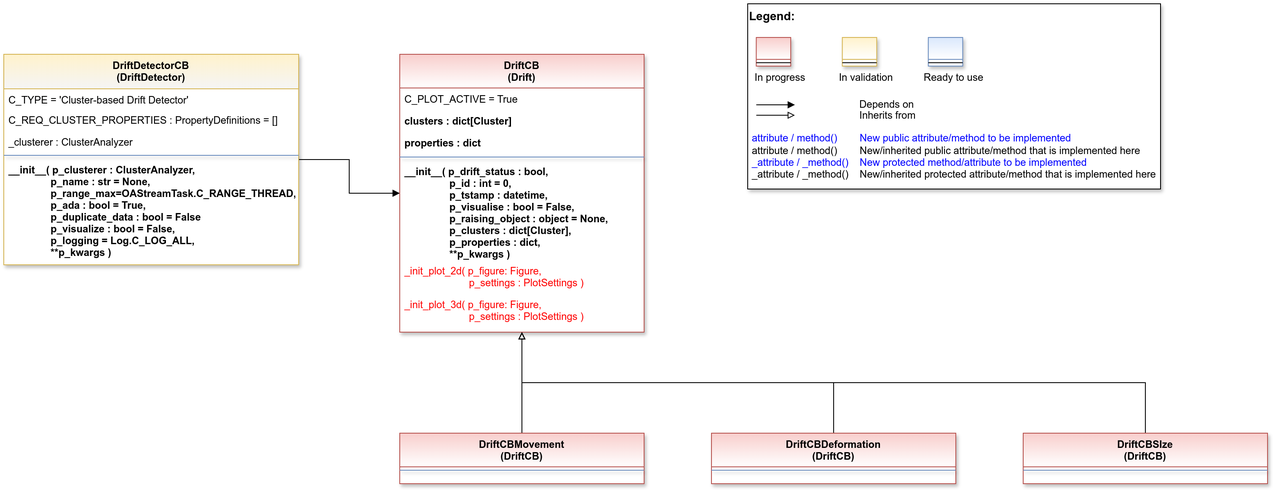
Before: doc/rtd/content/99_appendices/appendix2/sub/mlpro_oa/streams/30_change_detection/20_drift_detection/20_cluster_based/images/MLPro-OA-CB-Drift-Detectors_class_diagram.drawio.png, a diagram exported from draw.io (fhswf/MLPro). Source tidied: cells renumbered, new cells last; positions are measured from the earlier drawing's top-left corner, leaving out a move shared by most shapes.
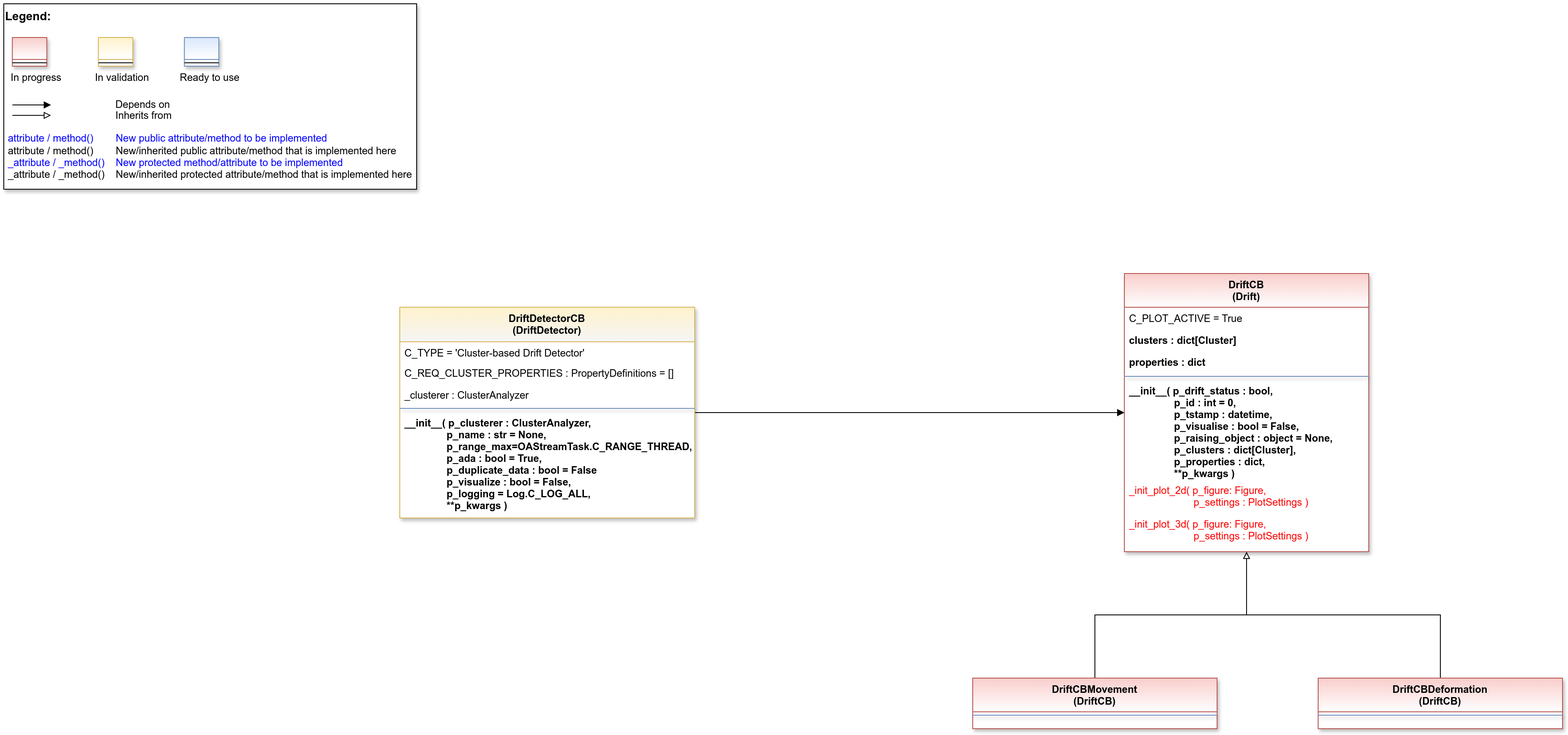
After the change.

The edit, as a diff of the source:
```diff
@@ -3,7 +3,7 @@
     <mxCell id="0" />
     <mxCell id="1" parent="0" />
     <mxCell id="2" style="group;" parent="1" vertex="1">
-      <mxGeometry x="883" width="490" height="220" as="geometry" />
+      <mxGeometry x="40" width="490" height="220" as="geometry" />
     </mxCell>
     <mxCell id="3" value="&lt;font color=&quot;#000000&quot; size=&quot;1&quot;&gt;&lt;b style=&quot;font-size: 14px&quot;&gt;Legend:&lt;br&gt;&lt;/b&gt;&lt;/font&gt;&lt;br&gt;&lt;br&gt;&lt;br&gt;&lt;font color=&quot;#0000ff&quot; style=&quot;font-size: 6px&quot;&gt;&lt;br&gt;&lt;/font&gt;&lt;span style=&quot;color: rgb(0 , 0 , 0)&quot;&gt;&lt;font style=&quot;font-size: 4px&quot;&gt;&amp;nbsp; &amp;nbsp;&lt;/font&gt;&amp;nbsp;In progress&amp;nbsp; &amp;nbsp; &amp;nbsp; &amp;nbsp; &amp;nbsp; &amp;nbsp; In validation&amp;nbsp; &amp;nbsp; &amp;nbsp; &amp;nbsp; &amp;nbsp; &amp;nbsp;Ready to use&lt;/span&gt;&lt;font color=&quot;#000000&quot;&gt;&amp;nbsp;&lt;br&gt;&lt;/font&gt;&lt;font color=&quot;#0000ff&quot;&gt;&lt;br&gt;&lt;br&gt;&lt;br&gt;&lt;br&gt;&amp;nbsp;attribute / method()&amp;nbsp; &amp;nbsp; &amp;nbsp; &amp;nbsp; New public attribute/method to be implemented&lt;/font&gt;&lt;br&gt;&lt;font color=&quot;#000000&quot;&gt;&amp;nbsp;&lt;/font&gt;&lt;font color=&quot;#000000&quot;&gt;attribute / method()&lt;span&gt; &lt;/span&gt;&amp;nbsp; &amp;nbsp; &amp;nbsp; &amp;nbsp;New/inherited public attribute/method that is implemented here&lt;br&gt;&lt;/font&gt;&lt;font color=&quot;#0000ff&quot;&gt;&amp;nbsp;_attribute /&amp;nbsp;&lt;/font&gt;&lt;font color=&quot;#0000ff&quot;&gt;_method()&amp;nbsp; &amp;nbsp; New protected method/attribute to be implemented&lt;/font&gt;&lt;br&gt;&lt;font color=&quot;#000000&quot;&gt;&amp;nbsp;_attribute / _method()&amp;nbsp; &amp;nbsp; New/inherited protected attribute/method that is implemented here&lt;br&gt;&lt;/font&gt;&lt;font color=&quot;#000000&quot;&gt;&lt;br&gt;&lt;br&gt;&lt;br&gt;&lt;br&gt;&lt;br&gt;&lt;/font&gt;" style="text;html=1;align=left;verticalAlign=top;whiteSpace=wrap;rounded=0;fontColor=#006600;strokeColor=#000000;shadow=1;fillColor=#ffffff;" parent="2" vertex="1">
       <mxGeometry width="490" height="220" as="geometry" />
@@ -43,11 +43,11 @@
     <mxCell id="11" style="line;html=1;strokeWidth=1;align=left;verticalAlign=middle;spacingTop=-1;spacingLeft=3;spacingRight=3;labelPosition=right;" parent="10" vertex="1">
       <mxGeometry y="26" width="40.8" height="8" as="geometry" />
     </mxCell>
-    <mxCell id="12" style="edgeStyle=orthogonalEdgeStyle;rounded=0;jettySize=auto;html=1;endArrow=block;endFill=1;" parent="1" edge="1" source="13" target="19">
+    <mxCell id="12" style="edgeStyle=orthogonalEdgeStyle;rounded=0;jettySize=auto;html=1;endArrow=block;endFill=1;" parent="1" edge="1" source="13" target="21">
       <mxGeometry relative="1" as="geometry" />
     </mxCell>
     <mxCell id="13" value="DriftDetectorCB&#10;(DriftDetector)" style="swimlane;align=center;verticalAlign=top;horizontal=1;startSize=41;rounded=0;shadow=1;strokeWidth=1;fillColor=#fff2cc;strokeColor=#d6b656;swimlaneFillColor=#ffffff;gradientColor=#F5F5F5;" parent="1" vertex="1">
-      <mxGeometry y="60" width="350" height="250" as="geometry" />
+      <mxGeometry x="510" y="360" width="350" height="250" as="geometry" />
     </mxCell>
     <mxCell id="14" value="C_TYPE = 'Cluster-based Drift Detector'" style="text;align=left;verticalAlign=top;spacingLeft=4;spacingRight=4;overflow=hidden;" parent="13" vertex="1">
       <mxGeometry y="41" width="350" height="24" as="geometry" />
@@ -64,66 +64,47 @@
     <mxCell id="18" value="__init__( p_clusterer : ClusterAnalyzer,&#10;               p_name : str = None,&#10;               p_range_max=OAStreamTask.C_RANGE_THREAD,&#10;               p_ada : bool = True,&#10;               p_duplicate_data : bool = False&#10;               p_visualize : bool = False,&#10;               p_logging = Log.C_LOG_ALL,&#10;               **p_kwargs )" style="text;align=left;verticalAlign=top;spacingLeft=4;spacingRight=4;overflow=hidden;fontStyle=1;" parent="13" vertex="1">
       <mxGeometry y="124" width="350" height="126" as="geometry" />
     </mxCell>
-    <mxCell id="19" value="DriftCB&#10;(Drift)" style="swimlane;fontStyle=1;align=center;verticalAlign=top;horizontal=1;startSize=40;rounded=0;shadow=1;strokeWidth=1;fillColor=#f8cecc;strokeColor=#b85450;swimlaneFillColor=#ffffff;fontFamily=Helvetica;fontSize=12;gradientColor=#FFFFFF;" parent="1" vertex="1">
-      <mxGeometry x="470" y="60" width="290" height="330" as="geometry" />
+    <mxCell id="19" style="edgeStyle=orthogonalEdgeStyle;rounded=0;jettySize=auto;html=1;endArrow=block;endFill=0;exitX=0.5;exitY=0;exitDx=0;exitDy=0;" parent="1" edge="1" source="29" target="21">
+      <mxGeometry relative="1" as="geometry" />
     </mxCell>
-    <mxCell id="20" value="C_PLOT_ACTIVE = True" style="text;align=left;verticalAlign=top;spacingLeft=4;spacingRight=4;overflow=hidden;" parent="19" vertex="1">
-      <mxGeometry y="40" width="290" height="26" as="geometry" />
+    <mxCell id="20" style="edgeStyle=orthogonalEdgeStyle;rounded=0;jettySize=auto;html=1;endArrow=block;endFill=0;" parent="1" edge="1" source="31" target="21">
+      <mxGeometry relative="1" as="geometry" />
     </mxCell>
-    <mxCell id="21" value="clusters : dict[Cluster]" style="text;align=left;verticalAlign=top;spacingLeft=4;spacingRight=4;overflow=hidden;points=[[0,0.5],[1,0.5]];portConstraint=eastwest;fontStyle=1;" parent="19" vertex="1">
-      <mxGeometry y="66" width="290" height="26" as="geometry" />
+    <mxCell id="21" value="DriftCB&#10;(Drift)" style="swimlane;fontStyle=1;align=center;verticalAlign=top;horizontal=1;startSize=40;rounded=0;shadow=1;strokeWidth=1;fillColor=#f8cecc;strokeColor=#b85450;swimlaneFillColor=#ffffff;fontFamily=Helvetica;fontSize=12;gradientColor=#FFFFFF;" parent="1" vertex="1">
+      <mxGeometry x="1370" y="320" width="290" height="330" as="geometry" />
     </mxCell>
-    <mxCell id="22" value="properties : dict" style="text;align=left;verticalAlign=top;spacingLeft=4;spacingRight=4;overflow=hidden;fontStyle=1;" parent="19" vertex="1">
-      <mxGeometry y="92" width="290" height="26" as="geometry" />
+    <mxCell id="22" value="C_PLOT_ACTIVE = True" style="text;align=left;verticalAlign=top;spacingLeft=4;spacingRight=4;overflow=hidden;" parent="21" vertex="1">
+      <mxGeometry y="40" width="290" height="26" as="geometry" />
     </mxCell>
-    <mxCell id="23" style="line;html=1;strokeWidth=1;align=center;verticalAlign=top;spacingTop=-1;spacingLeft=3;spacingRight=3;labelPosition=right;rounded=0;shadow=1;strokeColor=#6c8ebf;swimlaneFillColor=#ffffff;fontFamily=Helvetica;fontSize=12;fontColor=default;fontStyle=1;fillColor=#dae8fc;gradientColor=#ffffff;" parent="19" vertex="1">
-      <mxGeometry y="118" width="290" height="8" as="geometry" />
+    <mxCell id="23" value="clusters : dict[Cluster]" style="text;align=left;verticalAlign=top;spacingLeft=4;spacingRight=4;overflow=hidden;fontStyle=1;" parent="21" vertex="1">
+      <mxGeometry y="66" width="290" height="26" as="geometry" />
     </mxCell>
-    <mxCell id="24" value="__init__( p_drift_status : bool,&#10;                p_id : int = 0,&#10;                p_tstamp : datetime,&#10;                p_visualise : bool = False,&#10;                p_raising_object : object = None,&#10;                p_clusters : dict[Cluster],&#10;                p_properties : dict,&#10;                **p_kwargs )" style="text;align=left;verticalAlign=top;spacingLeft=4;spacingRight=4;overflow=hidden;fontStyle=1;" parent="19" vertex="1">
-      <mxGeometry y="126" width="290" height="118" as="geometry" />
+    <mxCell id="24" value="properties : dict" style="text;align=left;verticalAlign=top;spacingLeft=4;spacingRight=4;overflow=hidden;fontStyle=1;" parent="21" vertex="1">
+      <mxGeometry y="92" width="290" height="26" as="geometry" />
     </mxCell>
-    <mxCell id="25" value="_init_plot_2d( p_figure: Figure, &#10;                       p_settings : PlotSettings )" style="text;align=left;verticalAlign=top;spacingLeft=4;spacingRight=4;overflow=hidden;fontColor=#FF0000;" parent="19" vertex="1">
-      <mxGeometry y="244" width="290" height="40" as="geometry" />
+    <mxCell id="25" style="line;html=1;strokeWidth=1;align=center;verticalAlign=top;spacingTop=-1;spacingLeft=3;spacingRight=3;labelPosition=right;rounded=0;shadow=1;strokeColor=#6c8ebf;swimlaneFillColor=#ffffff;fontFamily=Helvetica;fontSize=12;fontColor=default;fontStyle=1;fillColor=#dae8fc;gradientColor=#ffffff;" parent="21" vertex="1">
+      <mxGeometry y="118" width="290" height="8" as="geometry" />
     </mxCell>
-    <mxCell id="26" value="_init_plot_3d( p_figure: Figure, &#10;                       p_settings : PlotSettings )" style="text;align=left;verticalAlign=top;spacingLeft=4;spacingRight=4;overflow=hidden;fontColor=#FF0000;" parent="19" vertex="1">
-      <mxGeometry y="284" width="290" height="40" as="geometry" />
+    <mxCell id="26" value="__init__( p_drift_status : bool,&#10;                p_id : int = 0,&#10;                p_tstamp : datetime,&#10;                p_visualise : bool = False,&#10;                p_raising_object : object = None,&#10;                p_clusters : dict[Cluster],&#10;                p_properties : dict,&#10;                **p_kwargs )" style="text;align=left;verticalAlign=top;spacingLeft=4;spacingRight=4;overflow=hidden;fontStyle=1;" parent="21" vertex="1">
+      <mxGeometry y="126" width="290" height="118" as="geometry" />
     </mxCell>
-    <mxCell id="27" style="edgeStyle=orthogonalEdgeStyle;rounded=0;jettySize=auto;html=1;endArrow=block;endFill=0;" parent="1" edge="1" source="28" target="19">
-      <mxGeometry relative="1" as="geometry" />
+    <mxCell id="27" value="_init_plot_2d( p_figure: Figure, &#10;                       p_settings : PlotSettings )" style="text;align=left;verticalAlign=top;spacingLeft=4;spacingRight=4;overflow=hidden;fontColor=#FF0000;" parent="21" vertex="1">
+      <mxGeometry y="244" width="290" height="40" as="geometry" />
     </mxCell>
-    <mxCell id="28" value="DriftCBMovement&#10;(DriftCB)" style="swimlane;fontStyle=1;align=center;verticalAlign=top;horizontal=1;startSize=40;rounded=0;shadow=1;strokeWidth=1;fillColor=#f8cecc;strokeColor=#b85450;swimlaneFillColor=#ffffff;fontFamily=Helvetica;fontSize=12;gradientColor=#FFFFFF;" parent="1" vertex="1">
-      <mxGeometry x="470" y="510" width="290" height="60" as="geometry" />
+    <mxCell id="28" value="_init_plot_3d( p_figure: Figure, &#10;                       p_settings : PlotSettings )" style="text;align=left;verticalAlign=top;spacingLeft=4;spacingRight=4;overflow=hidden;points=[[0,0.5],[1,0.5]];portConstraint=eastwest;fontColor=#FF0000;" parent="21" vertex="1">
+      <mxGeometry y="284" width="290" height="40" as="geometry" />
     </mxCell>
-    <mxCell id="29" style="line;html=1;strokeWidth=1;align=center;verticalAlign=top;spacingTop=-1;spacingLeft=3;spacingRight=3;labelPosition=right;points=[];portConstraint=eastwest;rounded=0;shadow=1;strokeColor=#6c8ebf;swimlaneFillColor=#ffffff;fontFamily=Helvetica;fontSize=12;fontColor=default;fontStyle=1;fillColor=#dae8fc;gradientColor=#ffffff;" parent="28" vertex="1">
-      <mxGeometry y="40" width="290" height="8" as="geometry" />
+    <mxCell id="29" value="DriftCBMovement&#10;(DriftCB)" style="swimlane;fontStyle=1;align=center;verticalAlign=top;horizontal=1;startSize=40;rounded=0;shadow=1;strokeWidth=1;fillColor=#f8cecc;strokeColor=#b85450;swimlaneFillColor=#ffffff;fontFamily=Helvetica;fontSize=12;gradientColor=#FFFFFF;" parent="1" vertex="1">
+      <mxGeometry x="1190" y="800" width="290" height="60" as="geometry" />
     </mxCell>
-    <mxCell id="30" style="edgeStyle=orthogonalEdgeStyle;rounded=0;jettySize=auto;html=1;endArrow=block;endFill=0;" parent="1" edge="1" source="31" target="19">
-      <mxGeometry relative="1" as="geometry">
-        <Array as="points">
-          <mxPoint x="985" y="450" />
-          <mxPoint x="615" y="450" />
-        </Array>
-      </mxGeometry>
+    <mxCell id="30" style="line;html=1;strokeWidth=1;align=center;verticalAlign=top;spacingTop=-1;spacingLeft=3;spacingRight=3;labelPosition=right;rounded=0;shadow=1;strokeColor=#6c8ebf;swimlaneFillColor=#ffffff;fontFamily=Helvetica;fontSize=12;fontColor=default;fontStyle=1;fillColor=#dae8fc;gradientColor=#ffffff;" parent="29" vertex="1">
+      <mxGeometry y="40" width="290" height="8" as="geometry" />
     </mxCell>
     <mxCell id="31" value="DriftCBDeformation&#10;(DriftCB)" style="swimlane;fontStyle=1;align=center;verticalAlign=top;horizontal=1;startSize=40;rounded=0;shadow=1;strokeWidth=1;fillColor=#f8cecc;strokeColor=#b85450;swimlaneFillColor=#ffffff;fontFamily=Helvetica;fontSize=12;gradientColor=#FFFFFF;" parent="1" vertex="1">
-      <mxGeometry x="840" y="510" width="290" height="60" as="geometry" />
+      <mxGeometry x="1600" y="800" width="290" height="60" as="geometry" />
     </mxCell>
     <mxCell id="32" style="line;html=1;strokeWidth=1;align=center;verticalAlign=top;spacingTop=-1;spacingLeft=3;spacingRight=3;labelPosition=right;rounded=0;shadow=1;strokeColor=#6c8ebf;swimlaneFillColor=#ffffff;fontFamily=Helvetica;fontSize=12;fontColor=default;fontStyle=1;fillColor=#dae8fc;gradientColor=#ffffff;" parent="31" vertex="1">
       <mxGeometry y="40" width="290" height="8" as="geometry" />
     </mxCell>
-    <mxCell id="33" style="edgeStyle=orthogonalEdgeStyle;rounded=0;jettySize=auto;html=1;endArrow=block;endFill=0;" parent="1" edge="1" source="34" target="19">
-      <mxGeometry relative="1" as="geometry">
-        <Array as="points">
-          <mxPoint x="1355" y="450" />
-          <mxPoint x="615" y="450" />
-        </Array>
-      </mxGeometry>
-    </mxCell>
-    <mxCell id="34" value="DriftCBSIze&#10;(DriftCB)" style="swimlane;fontStyle=1;align=center;verticalAlign=top;horizontal=1;startSize=40;rounded=0;shadow=1;strokeWidth=1;fillColor=#f8cecc;strokeColor=#b85450;swimlaneFillColor=#ffffff;fontFamily=Helvetica;fontSize=12;gradientColor=#FFFFFF;" parent="1" vertex="1">
-      <mxGeometry x="1210" y="510" width="290" height="60" as="geometry" />
-    </mxCell>
-    <mxCell id="35" style="line;html=1;strokeWidth=1;align=center;verticalAlign=top;spacingTop=-1;spacingLeft=3;spacingRight=3;labelPosition=right;rounded=0;shadow=1;strokeColor=#6c8ebf;swimlaneFillColor=#ffffff;fontFamily=Helvetica;fontSize=12;fontColor=default;fontStyle=1;fillColor=#dae8fc;gradientColor=#ffffff;" parent="34" vertex="1">
-      <mxGeometry y="40" width="290" height="8" as="geometry" />
-    </mxCell>
   </root>
 </mxGraphModel>
```
